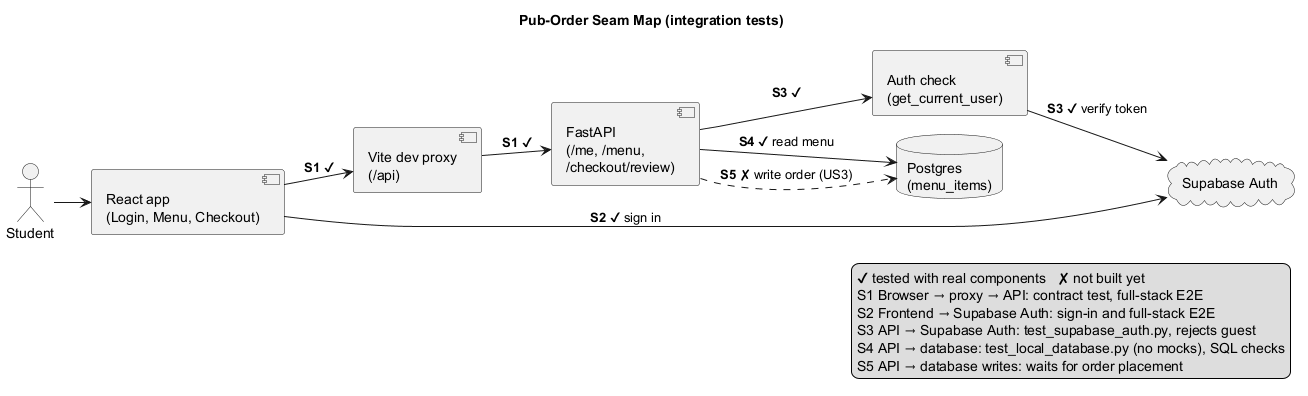
Before: docs/diagrams/06-seam-map.png, a diagram exported from PlantUML (hamayunrz/Pub-Order).
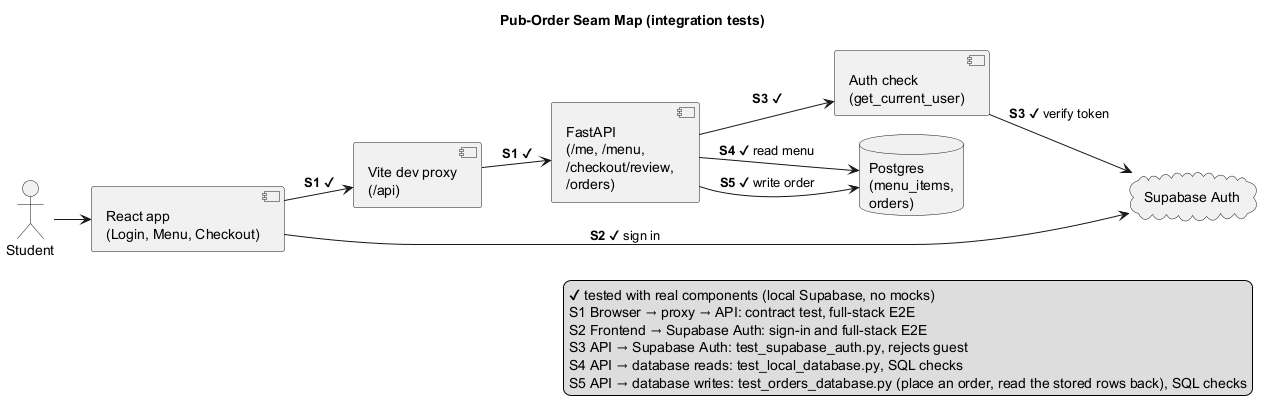
After the change.

Commit message:
Document US3 orders and mark the order seam as tested

The edit, as a diff of the source:
```diff
@@ -10,10 +10,10 @@
 actor Student
 component "React app\n(Login, Menu, Checkout)" as Web
 component "Vite dev proxy\n(/api)" as Proxy
-component "FastAPI\n(/me, /menu,\n/checkout/review)" as Api
+component "FastAPI\n(/me, /menu,\n/checkout/review,\n/orders)" as Api
 component "Auth check\n(get_current_user)" as AuthCheck
 cloud "Supabase Auth" as Auth
-database "Postgres\n(menu_items)" as Db
+database "Postgres\n(menu_items,\norders)" as Db
 
 Student --> Web
 Web --> Proxy : <b>S1</b> ✔
@@ -22,14 +22,14 @@
 Api --> AuthCheck : <b>S3</b> ✔
 AuthCheck --> Auth : <b>S3</b> ✔ verify token
 Api --> Db : <b>S4</b> ✔ read menu
-Api ..> Db : <b>S5</b> ✘ write order (US3)
+Api --> Db : <b>S5</b> ✔ write order
 
 legend right
-  ✔ tested with real components   ✘ not built yet
+  ✔ tested with real components (local Supabase, no mocks)
   S1 Browser → proxy → API: contract test, full-stack E2E
   S2 Frontend → Supabase Auth: sign-in and full-stack E2E
   S3 API → Supabase Auth: test_supabase_auth.py, rejects guest
-  S4 API → database: test_local_database.py (no mocks), SQL checks
-  S5 API → database writes: waits for order placement
+  S4 API → database reads: test_local_database.py, SQL checks
+  S5 API → database writes: test_orders_database.py (place an order, read the stored rows back), SQL checks
 endlegend
 @enduml
```
